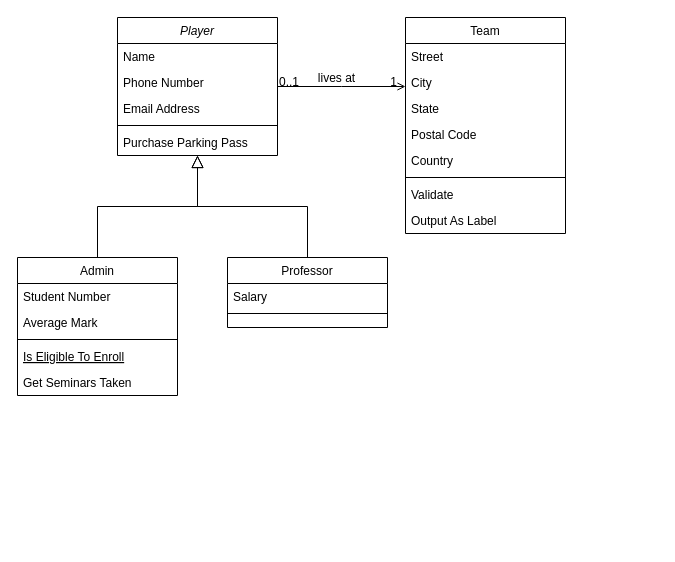
Earlier version of the draw.io diagram Untitled Diagram.drawio (OmkarGambhir/FootyField). Source tidied: cells renumbered, new cells numbered last; positions are measured from the earlier drawing's top-left corner, leaving out a move shared by most shapes. Both pictures are drawn from the tidied source at 100%, with x=0, y=0 at pixel (17, 17).
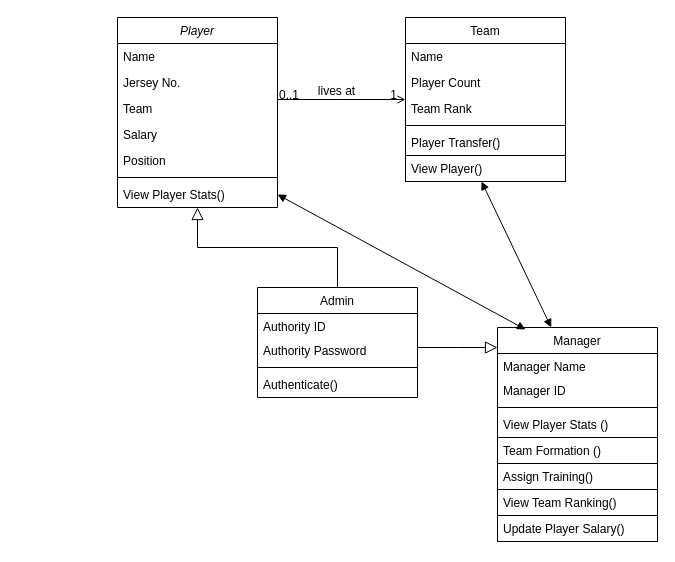
The same diagram, later.

Change to the diagram source:
```diff
@@
     <mxCell id="2" value="Player" style="swimlane;fontStyle=2;align=center;verticalAlign=top;horizontal=1;startSize=26;rounded=0;shadow=0;strokeWidth=1;" parent="1" vertex="1">
-      <mxGeometry x="100" width="160" height="138" as="geometry" />
+      <mxGeometry x="100" width="160" height="190" as="geometry" />
     </mxCell>
@@
-    <mxCell id="4" value="Phone Number" style="text;align=left;verticalAlign=top;spacingLeft=4;spacingRight=4;overflow=hidden;rounded=0;shadow=0;html=0;" parent="2" vertex="1">
+    <mxCell id="4" value="Jersey No." style="text;align=left;verticalAlign=top;spacingLeft=4;spacingRight=4;overflow=hidden;rounded=0;shadow=0;html=0;" parent="2" vertex="1">
       <mxGeometry y="52" width="160" height="26" as="geometry" />
     </mxCell>
-    <mxCell id="5" value="Email Address" style="text;align=left;verticalAlign=top;spacingLeft=4;spacingRight=4;overflow=hidden;rounded=0;shadow=0;html=0;" parent="2" vertex="1">
+    <mxCell id="5" value="Team" style="text;align=left;verticalAlign=top;spacingLeft=4;spacingRight=4;overflow=hidden;rounded=0;shadow=0;html=0;" parent="2" vertex="1">
       <mxGeometry y="78" width="160" height="26" as="geometry" />
     </mxCell>
+    <mxCell id="16" value="Salary" style="text;align=left;verticalAlign=top;spacingLeft=4;spacingRight=4;overflow=hidden;rounded=0;shadow=0;html=0;" parent="2" vertex="1">
+      <mxGeometry y="104" width="160" height="26" as="geometry" />
+    </mxCell>
+    <mxCell id="32" value="Position" style="text;align=left;verticalAlign=top;spacingLeft=4;spacingRight=4;overflow=hidden;rounded=0;shadow=0;html=0;" parent="2" vertex="1">
+      <mxGeometry y="130" width="160" height="26" as="geometry" />
+    </mxCell>
     <mxCell id="6" style="line;html=1;strokeWidth=1;align=left;verticalAlign=middle;spacingTop=-1;spacingLeft=3;spacingRight=3;labelPosition=right;" parent="2" vertex="1">
-      <mxGeometry y="104" width="160" height="8" as="geometry" />
+      <mxGeometry y="156" width="160" height="8" as="geometry" />
     </mxCell>
-    <mxCell id="7" value="Purchase Parking Pass" style="text;align=left;verticalAlign=top;spacingLeft=4;spacingRight=4;overflow=hidden;points=[[0,0.5],[1,0.5]];portConstraint=eastwest;" parent="2" vertex="1">
-      <mxGeometry y="112" width="160" height="26" as="geometry" />
+    <mxCell id="7" value="View Player Stats()" style="text;align=left;verticalAlign=top;spacingLeft=4;spacingRight=4;overflow=hidden;points=[[0,0.5],[1,0.5]];portConstraint=eastwest;" parent="2" vertex="1">
+      <mxGeometry y="164" width="160" height="26" as="geometry" />
     </mxCell>
     <mxCell id="8" value="Admin" style="swimlane;fontStyle=0;align=center;verticalAlign=top;horizontal=1;startSize=26;rounded=0;shadow=0;strokeWidth=1;" parent="1" vertex="1">
-      <mxGeometry y="240" width="160" height="138" as="geometry" />
+      <mxGeometry x="240" y="270" width="160" height="110" as="geometry" />
     </mxCell>
-    <mxCell id="9" value="Student Number" style="text;align=left;verticalAlign=top;spacingLeft=4;spacingRight=4;overflow=hidden;" parent="8" vertex="1">
-      <mxGeometry y="26" width="160" height="26" as="geometry" />
+    <mxCell id="9" value="Authority ID" style="text;align=left;verticalAlign=top;spacingLeft=4;spacingRight=4;overflow=hidden;" parent="8" vertex="1">
+      <mxGeometry y="26" width="160" height="24" as="geometry" />
     </mxCell>
-    <mxCell id="10" value="Average Mark" style="text;align=left;verticalAlign=top;spacingLeft=4;spacingRight=4;overflow=hidden;rounded=0;shadow=0;html=0;" parent="8" vertex="1">
-      <mxGeometry y="52" width="160" height="26" as="geometry" />
+    <mxCell id="10" value="Authority Password" style="text;align=left;verticalAlign=top;spacingLeft=4;spacingRight=4;overflow=hidden;rounded=0;shadow=0;html=0;" parent="8" vertex="1">
+      <mxGeometry y="50" width="160" height="26" as="geometry" />
     </mxCell>
     <mxCell id="11" style="line;html=1;strokeWidth=1;align=left;verticalAlign=middle;spacingTop=-1;spacingLeft=3;spacingRight=3;labelPosition=right;" parent="8" vertex="1">
-      <mxGeometry y="78" width="160" height="8" as="geometry" />
+      <mxGeometry y="76" width="160" height="8" as="geometry" />
     </mxCell>
-    <mxCell id="12" value="Is Eligible To Enroll" style="text;align=left;verticalAlign=top;spacingLeft=4;spacingRight=4;overflow=hidden;fontStyle=4;" parent="8" vertex="1">
-      <mxGeometry y="86" width="160" height="26" as="geometry" />
+    <mxCell id="12" value="Authenticate()" style="text;align=left;verticalAlign=top;spacingLeft=4;spacingRight=4;overflow=hidden;fontStyle=0;" parent="8" vertex="1">
+      <mxGeometry y="84" width="160" height="26" as="geometry" />
     </mxCell>
-    <mxCell id="13" value="Get Seminars Taken" style="text;align=left;verticalAlign=top;spacingLeft=4;spacingRight=4;overflow=hidden;" parent="8" vertex="1">
-      <mxGeometry y="112" width="160" height="26" as="geometry" />
-    </mxCell>
-    <mxCell id="14" style="endArrow=block;endSize=10;endFill=0;shadow=0;strokeWidth=1;rounded=0;edgeStyle=elbowEdgeStyle;elbow=vertical;" parent="1" edge="1" source="8" target="2">
+    <mxCell id="14" style="endArrow=block;endSize=10;endFill=0;shadow=0;strokeWidth=1;rounded=0;edgeStyle=elbowEdgeStyle;elbow=vertical;exitX=0.5;exitY=0;exitDx=0;exitDy=0;" parent="1" edge="1" source="8" target="2">
       <mxGeometry relative="1" as="geometry" />
     </mxCell>
-    <mxCell id="15" value="Professor" style="swimlane;fontStyle=0;align=center;verticalAlign=top;horizontal=1;startSize=26;rounded=0;shadow=0;strokeWidth=1;" parent="1" vertex="1">
-      <mxGeometry x="210" y="240" width="160" height="70" as="geometry" />
-    </mxCell>
-    <mxCell id="16" value="Salary" style="text;align=left;verticalAlign=top;spacingLeft=4;spacingRight=4;overflow=hidden;" parent="15" vertex="1">
-      <mxGeometry y="26" width="160" height="26" as="geometry" />
-    </mxCell>
-    <mxCell id="17" style="line;html=1;strokeWidth=1;align=left;verticalAlign=middle;spacingTop=-1;spacingLeft=3;spacingRight=3;labelPosition=right;" parent="15" vertex="1">
-      <mxGeometry y="52" width="160" height="8" as="geometry" />
-    </mxCell>
-    <mxCell id="18" style="endArrow=block;endSize=10;endFill=0;shadow=0;strokeWidth=1;rounded=0;edgeStyle=elbowEdgeStyle;elbow=vertical;" parent="1" edge="1" source="15" target="2">
-      <mxGeometry relative="1" as="geometry" />
-    </mxCell>
     <mxCell id="19" value="Team" style="swimlane;fontStyle=0;align=center;verticalAlign=top;horizontal=1;startSize=26;rounded=0;shadow=0;strokeWidth=1;" parent="1" vertex="1">
-      <mxGeometry x="388" width="160" height="216" as="geometry" />
+      <mxGeometry x="388" width="160" height="164" as="geometry" />
     </mxCell>
-    <mxCell id="20" value="Street" style="text;align=left;verticalAlign=top;spacingLeft=4;spacingRight=4;overflow=hidden;" parent="19" vertex="1">
+    <mxCell id="20" value="Name" style="text;align=left;verticalAlign=top;spacingLeft=4;spacingRight=4;overflow=hidden;" parent="19" vertex="1">
       <mxGeometry y="26" width="160" height="26" as="geometry" />
     </mxCell>
-    <mxCell id="21" value="City" style="text;align=left;verticalAlign=top;spacingLeft=4;spacingRight=4;overflow=hidden;rounded=0;shadow=0;html=0;" parent="19" vertex="1">
+    <mxCell id="21" value="Player Count" style="text;align=left;verticalAlign=top;spacingLeft=4;spacingRight=4;overflow=hidden;rounded=0;shadow=0;html=0;" parent="19" vertex="1">
       <mxGeometry y="52" width="160" height="26" as="geometry" />
     </mxCell>
-    <mxCell id="22" value="State" style="text;align=left;verticalAlign=top;spacingLeft=4;spacingRight=4;overflow=hidden;rounded=0;shadow=0;html=0;" parent="19" vertex="1">
+    <mxCell id="22" value="Team Rank" style="text;align=left;verticalAlign=top;spacingLeft=4;spacingRight=4;overflow=hidden;rounded=0;shadow=0;html=0;" parent="19" vertex="1">
       <mxGeometry y="78" width="160" height="26" as="geometry" />
     </mxCell>
-    <mxCell id="23" value="Postal Code" style="text;align=left;verticalAlign=top;spacingLeft=4;spacingRight=4;overflow=hidden;rounded=0;shadow=0;html=0;" parent="19" vertex="1">
-      <mxGeometry y="104" width="160" height="26" as="geometry" />
-    </mxCell>
-    <mxCell id="24" value="Country" style="text;align=left;verticalAlign=top;spacingLeft=4;spacingRight=4;overflow=hidden;rounded=0;shadow=0;html=0;" parent="19" vertex="1">
-      <mxGeometry y="130" width="160" height="26" as="geometry" />
-    </mxCell>
     <mxCell id="25" style="line;html=1;strokeWidth=1;align=left;verticalAlign=middle;spacingTop=-1;spacingLeft=3;spacingRight=3;labelPosition=right;" parent="19" vertex="1">
-      <mxGeometry y="156" width="160" height="8" as="geometry" />
+      <mxGeometry y="104" width="160" height="8" as="geometry" />
     </mxCell>
-    <mxCell id="26" value="Validate" style="text;align=left;verticalAlign=top;spacingLeft=4;spacingRight=4;overflow=hidden;" parent="19" vertex="1">
-      <mxGeometry y="164" width="160" height="26" as="geometry" />
+    <mxCell id="26" value="Player Transfer()" style="text;align=left;verticalAlign=top;spacingLeft=4;spacingRight=4;overflow=hidden;" parent="19" vertex="1">
+      <mxGeometry y="112" width="160" height="26" as="geometry" />
     </mxCell>
-    <mxCell id="27" value="Output As Label" style="text;align=left;verticalAlign=top;spacingLeft=4;spacingRight=4;overflow=hidden;points=[[0,0.5],[1,0.5]];portConstraint=eastwest;" parent="19" vertex="1">
-      <mxGeometry y="190" width="160" height="26" as="geometry" />
+    <mxCell id="27" value="View Player()" style="text;align=left;verticalAlign=top;spacingLeft=4;spacingRight=4;overflow=hidden;points=[[0,0.5],[1,0.5]];portConstraint=eastwest;strokeColor=default;" parent="19" vertex="1">
+      <mxGeometry y="138" width="160" height="26" as="geometry" />
     </mxCell>
@@
+    <mxCell id="33" value="Manager" style="swimlane;fontStyle=0;align=center;verticalAlign=top;horizontal=1;startSize=26;rounded=0;shadow=0;strokeWidth=1;" parent="1" vertex="1">
+      <mxGeometry x="480" y="310" width="160" height="110" as="geometry" />
+    </mxCell>
+    <mxCell id="34" value="Manager Name" style="text;align=left;verticalAlign=top;spacingLeft=4;spacingRight=4;overflow=hidden;" parent="33" vertex="1">
+      <mxGeometry y="26" width="160" height="24" as="geometry" />
+    </mxCell>
+    <mxCell id="35" value="Manager ID" style="text;align=left;verticalAlign=top;spacingLeft=4;spacingRight=4;overflow=hidden;rounded=0;shadow=0;html=0;" parent="33" vertex="1">
+      <mxGeometry y="50" width="160" height="26" as="geometry" />
+    </mxCell>
+    <mxCell id="36" style="line;html=1;strokeWidth=1;align=left;verticalAlign=middle;spacingTop=-1;spacingLeft=3;spacingRight=3;labelPosition=right;" parent="33" vertex="1">
+      <mxGeometry y="76" width="160" height="8" as="geometry" />
+    </mxCell>
+    <mxCell id="37" value="View Player Stats ()&#10;" style="text;align=left;verticalAlign=top;spacingLeft=4;spacingRight=4;overflow=hidden;fontStyle=0;" parent="33" vertex="1">
+      <mxGeometry y="84" width="160" height="26" as="geometry" />
+    </mxCell>
+    <mxCell id="38" value="Team Formation ()&#10;&#10;" style="text;align=left;verticalAlign=top;spacingLeft=4;spacingRight=4;overflow=hidden;fontStyle=0;strokeColor=default;" parent="1" vertex="1">
+      <mxGeometry x="480" y="420" width="160" height="26" as="geometry" />
+    </mxCell>
+    <mxCell id="39" value="Assign Training()" style="text;align=left;verticalAlign=top;spacingLeft=4;spacingRight=4;overflow=hidden;fontStyle=0;strokeColor=default;" parent="1" vertex="1">
+      <mxGeometry x="480" y="446" width="160" height="26" as="geometry" />
+    </mxCell>
+    <mxCell id="40" value="View Team Ranking()" style="text;align=left;verticalAlign=top;spacingLeft=4;spacingRight=4;overflow=hidden;fontStyle=0;strokeColor=default;" parent="1" vertex="1">
+      <mxGeometry x="480" y="472" width="160" height="26" as="geometry" />
+    </mxCell>
+    <mxCell id="41" value="Update Player Salary()" style="text;align=left;verticalAlign=top;spacingLeft=4;spacingRight=4;overflow=hidden;fontStyle=0;strokeColor=default;" parent="1" vertex="1">
+      <mxGeometry x="480" y="498" width="160" height="26" as="geometry" />
+    </mxCell>
+    <mxCell id="42" style="endArrow=block;endSize=10;endFill=0;shadow=0;strokeWidth=1;rounded=0;edgeStyle=elbowEdgeStyle;elbow=vertical;" parent="1" edge="1">
+      <mxGeometry relative="1" as="geometry">
+        <mxPoint x="400" y="330" as="sourcePoint" />
+        <mxPoint x="480" y="330" as="targetPoint" />
+      </mxGeometry>
+    </mxCell>
+    <mxCell id="43" style="endArrow=block;startArrow=block;endFill=1;startFill=1;html=1;rounded=0;elbow=vertical;exitX=0.475;exitY=1;exitDx=0;exitDy=0;exitPerimeter=0;" parent="1" edge="1" source="27" target="33">
+      <mxGeometry relative="1" as="geometry" />
+    </mxCell>
+    <mxCell id="44" style="endArrow=block;startArrow=block;endFill=1;startFill=1;html=1;rounded=0;elbow=vertical;exitX=1;exitY=0.5;exitDx=0;exitDy=0;entryX=0.175;entryY=0.018;entryDx=0;entryDy=0;entryPerimeter=0;" parent="1" edge="1" source="7" target="33">
+      <mxGeometry relative="1" as="geometry" />
+    </mxCell>
```
